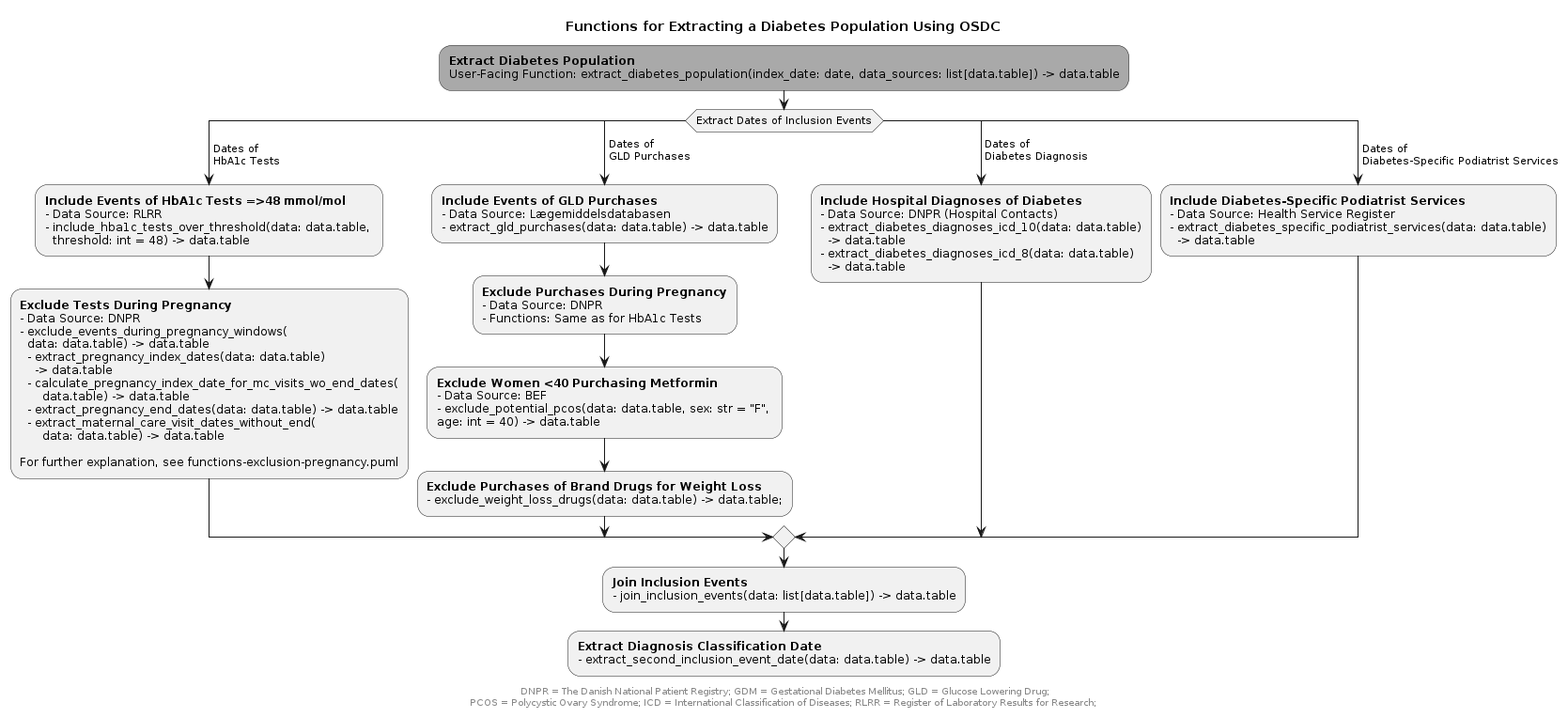
Above: vignettes/images/diabetes-population-functions.png in steno-aarhus/osdc (PlantUML), before the change.
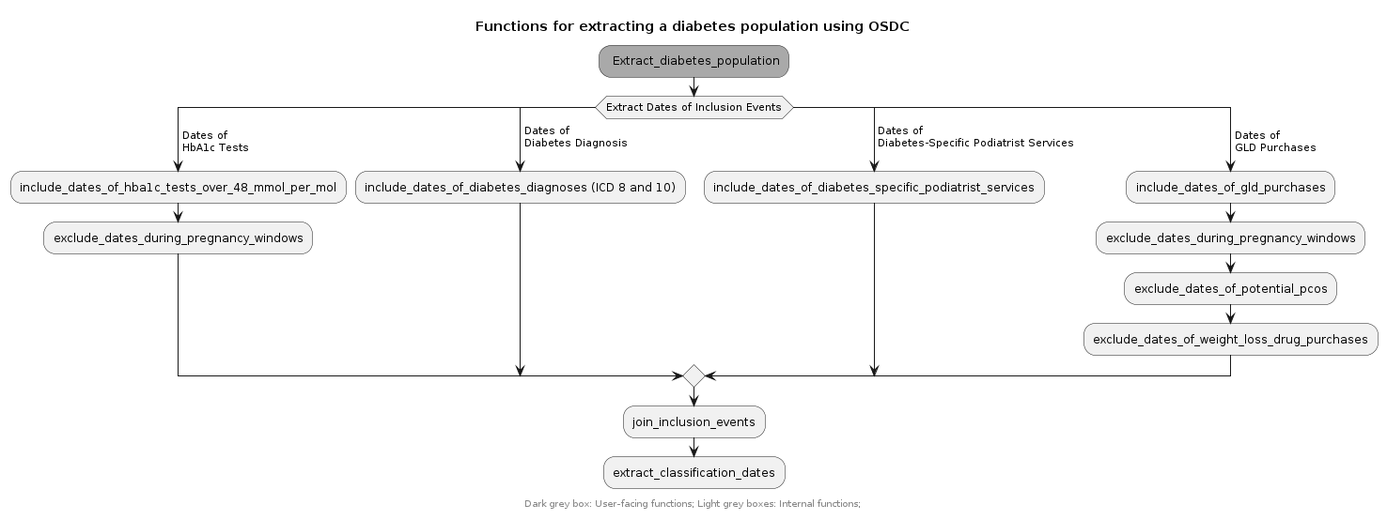
The same file after the commit.

Commit message:
docs: simplify functionality flow of d population to only include function names

Change to the diagram source:
```diff
@@ -1,64 +1,28 @@
 @startuml diabetes-population-functions
 
-title Functions for Extracting a Diabetes Population Using OSDC
+title Functions for extracting a diabetes population using OSDC
 
+#darkgrey: Extract_diabetes_population;
 
-#darkgrey:**Extract Diabetes Population**
-User-Facing Function: extract_diabetes_population(index_date: date, data_sources: list[data.table]) -> data.table;
 
 switch (Extract Dates of Inclusion Events)
 case ( Dates of\n HbA1c Tests)
-    :**Include Events of HbA1c Tests =>48 mmol/mol**
-    - Data Source: RLRR
-    - include_hba1c_tests_over_threshold(data: data.table,
-      threshold: int = 48) -> data.table;
-    :**Exclude Tests During Pregnancy**
-    - Data Source: DNPR
-    - exclude_events_during_pregnancy_windows(
-      data: data.table) -> data.table
-      - extract_pregnancy_index_dates(data: data.table)
-        -> data.table
-      - calculate_pregnancy_index_date_for_mc_visits_wo_end_dates(
-          data.table) -> data.table
-      - extract_pregnancy_end_dates(data: data.table) -> data.table
-      - extract_maternal_care_visit_dates_without_end(
-          data: data.table) -> data.table
-
-    For further explanation, see functions-exclusion-pregnancy.puml;
+    :include_dates_of_hba1c_tests_over_48_mmol_per_mol;
+    :exclude_dates_during_pregnancy_windows;
+case ( Dates of\n Diabetes Diagnosis)
+    :include_dates_of_diabetes_diagnoses (ICD 8 and 10);
+case ( Dates of\n Diabetes-Specific Podiatrist Services)
+    :include_dates_of_diabetes_specific_podiatrist_services;
 case ( Dates of\n GLD Purchases)
-    :**Include Events of GLD Purchases**
-    - Data Source: Lægemiddelsdatabasen
-    - extract_gld_purchases(data: data.table) -> data.table;
-    :**Exclude Purchases During Pregnancy**
-    - Data Source: DNPR
-    - Functions: Same as for HbA1c Tests;
-    :**Exclude Women <40 Purchasing Metformin**
-    - Data Source: BEF
-    - exclude_potential_pcos(data: data.table, sex: str = "F",
-    age: int = 40) -> data.table;
-    :**Exclude Purchases of Brand Drugs for Weight Loss**
-    - exclude_weight_loss_drugs(data: data.table) -> data.table;;
-
-case ( Dates of\n Diabetes Diagnosis)
-    :**Include Hospital Diagnoses of Diabetes**
-    - Data Source: DNPR (Hospital Contacts)
-    - extract_diabetes_diagnoses_icd_10(data: data.table)
-      -> data.table
-    - extract_diabetes_diagnoses_icd_8(data: data.table)
-      -> data.table;
-
-case ( Dates of\n Diabetes-Specific Podiatrist Services)
-    :**Include Diabetes-Specific Podiatrist Services**
-    - Data Source: Health Service Register
-    - extract_diabetes_specific_podiatrist_services(data: data.table)
-      -> data.table;
+    :include_dates_of_gld_purchases;
+    :exclude_dates_during_pregnancy_windows;
+    :exclude_dates_of_potential_pcos;
+    :exclude_dates_of_weight_loss_drug_purchases;
 endswitch
 
-:**Join Inclusion Events**
-- join_inclusion_events(data: list[data.table]) -> data.table;
-:**Extract Diagnosis Classification Date**
-- extract_second_inclusion_event_date(data: data.table) -> data.table;
+:join_inclusion_events;
+:extract_classification_dates;
 
-center footer \n DNPR = The Danish National Patient Registry; GDM = Gestational Diabetes Mellitus; GLD = Glucose Lowering Drug;\nPCOS = Polycystic Ovary Syndrome; ICD = International Classification of Diseases; RLRR = Register of Laboratory Results for Research;
+center footer \nDark grey box: User-facing functions; Light grey boxes: Internal functions;
 
 @enduml
```
